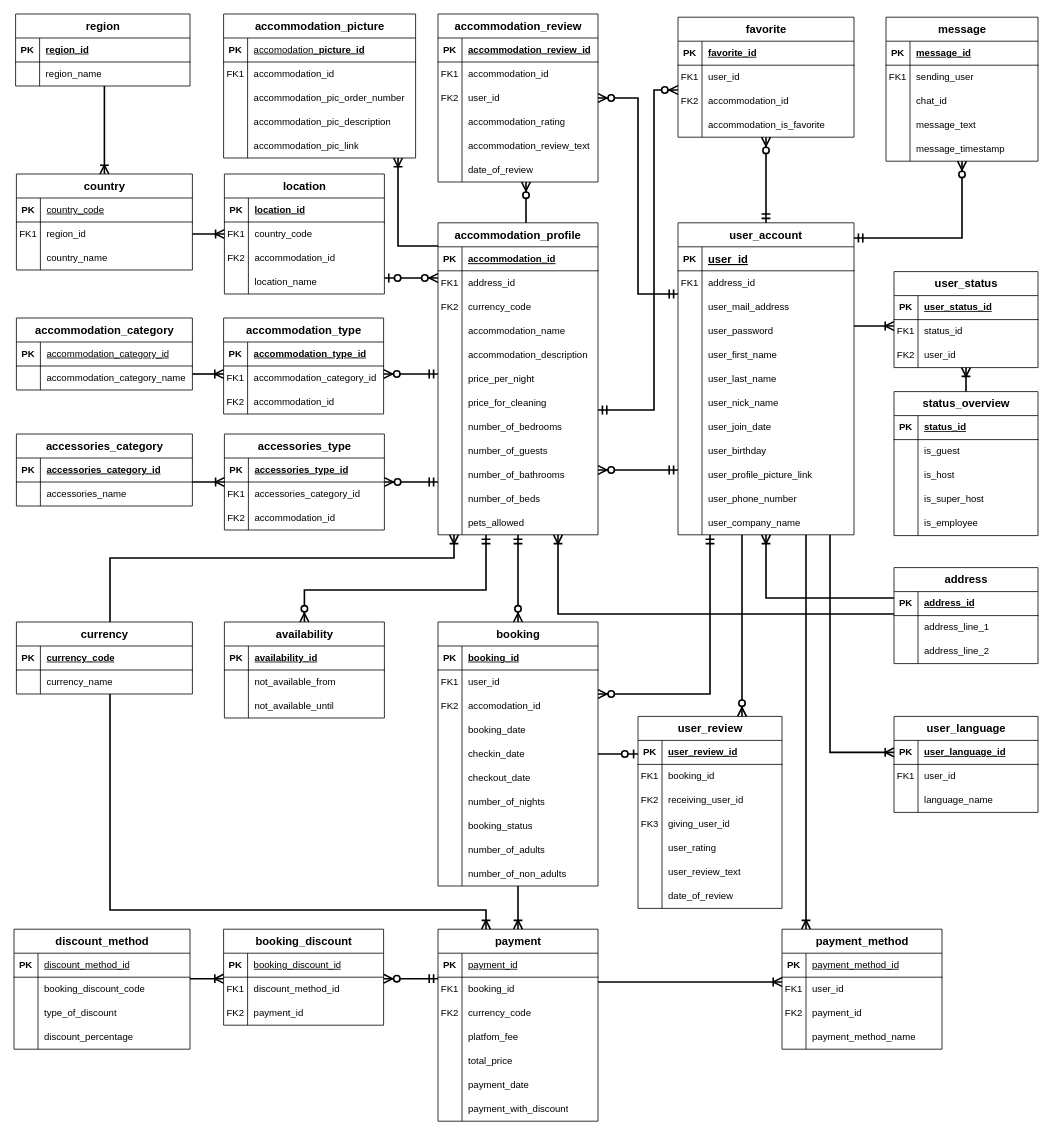
Above: Steffbnb.drawio in DaSteff91/SQL_Repo (draw.io), before the change. Source tidied: cells renumbered, new cells numbered last; positions are measured from the earlier drawing's top-left corner, leaving out a move shared by most shapes. Both pictures are drawn from the tidied source at 80%, with x=0, y=0 at pixel (14, 14).
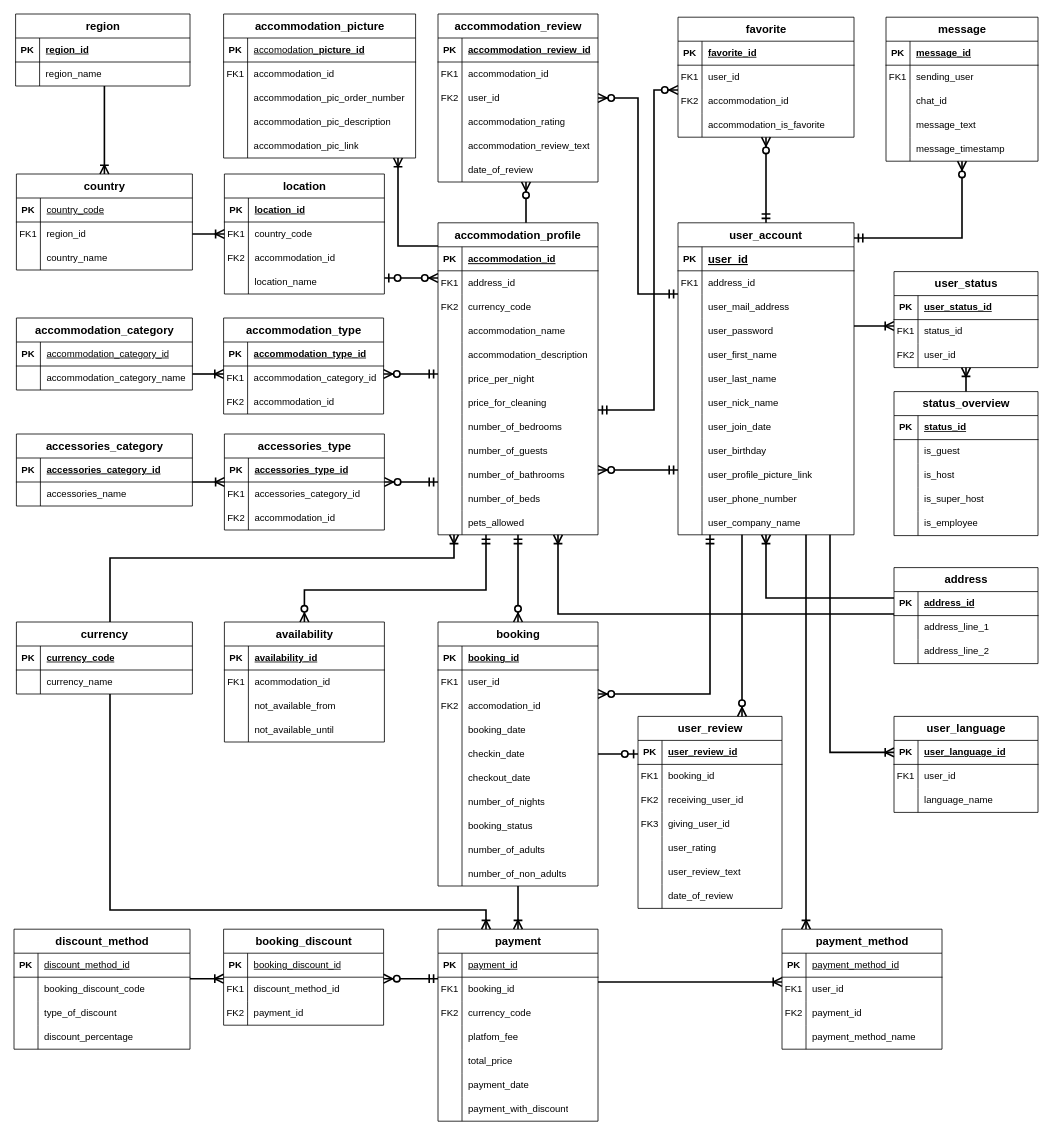
Above is the later version.

Diff of the diagram source:
```diff
@@
     <mxCell id="192" value="availability" style="shape=table;startSize=30;childLayout=tableLayout;rowLines=0;fontStyle=1;align=center;html=1;fontSize=14;labelBackgroundColor=none;" parent="1" vertex="1">
-      <mxGeometry x="263" y="760" width="200" height="120" as="geometry" />
+      <mxGeometry x="263" y="760" width="200" height="150" as="geometry" />
     </mxCell>
@@
+    <mxCell id="409" style="shape=tableRow;horizontal=0;startSize=0;swimlaneHead=0;swimlaneBody=0;fillColor=none;top=0;left=0;right=0;bottom=0;labelBackgroundColor=none;" parent="192" vertex="1">
+      <mxGeometry y="60" width="200" height="30" as="geometry" />
+    </mxCell>
+    <mxCell id="410" value="FK1" style="shape=partialRectangle;fillColor=none;top=0;left=0;bottom=0;right=0;overflow=hidden;whiteSpace=wrap;html=1;labelBackgroundColor=none;" parent="409" vertex="1">
+      <mxGeometry width="30" height="30" as="geometry" />
+    </mxCell>
+    <mxCell id="411" value="acommodation_id" style="shape=partialRectangle;fillColor=none;top=0;left=0;bottom=0;right=0;align=left;spacingLeft=6;overflow=hidden;whiteSpace=wrap;html=1;labelBackgroundColor=none;" parent="409" vertex="1">
+      <mxGeometry x="30" width="170" height="30" as="geometry" />
+    </mxCell>
     <mxCell id="196" style="shape=tableRow;horizontal=0;startSize=0;swimlaneHead=0;swimlaneBody=0;fillColor=none;top=0;left=0;right=0;bottom=0;labelBackgroundColor=none;" parent="192" vertex="1">
-      <mxGeometry y="60" width="200" height="30" as="geometry" />
+      <mxGeometry y="90" width="200" height="30" as="geometry" />
     </mxCell>
@@
     <mxCell id="199" style="shape=tableRow;horizontal=0;startSize=0;swimlaneHead=0;swimlaneBody=0;fillColor=none;top=0;left=0;right=0;bottom=0;labelBackgroundColor=none;" parent="192" vertex="1">
-      <mxGeometry y="90" width="200" height="30" as="geometry" />
+      <mxGeometry y="120" width="200" height="30" as="geometry" />
     </mxCell>
```
